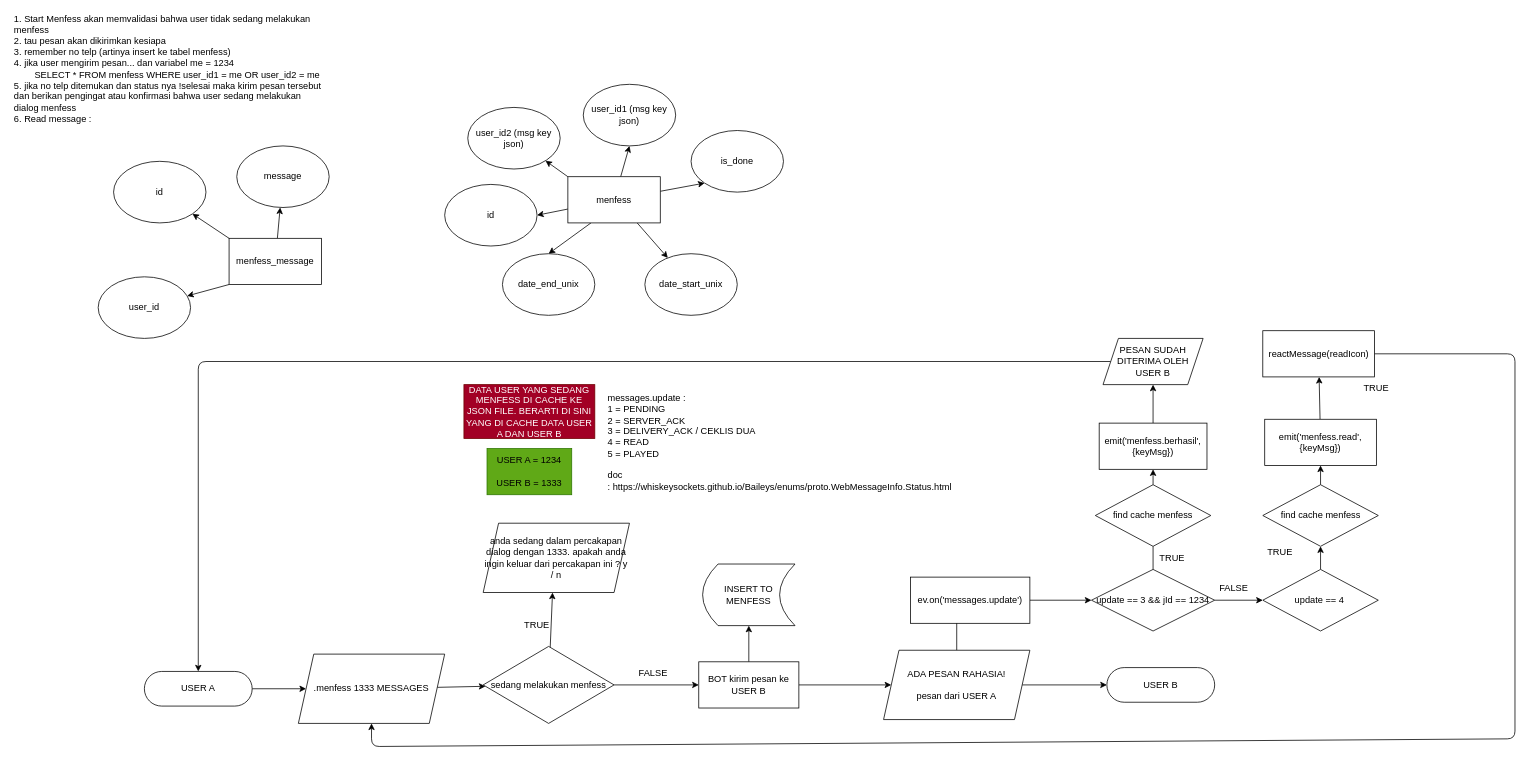
Above: Perancangan/menfess.drawio in rezaawp/wa-bot-bioler-plate (draw.io), before the change. Source tidied: cells renumbered, new cells numbered last; positions are measured from the earlier drawing's top-left corner, leaving out a move shared by most shapes. Both pictures are drawn from the tidied source at 77%, with x=0, y=0 at pixel (13, 15).
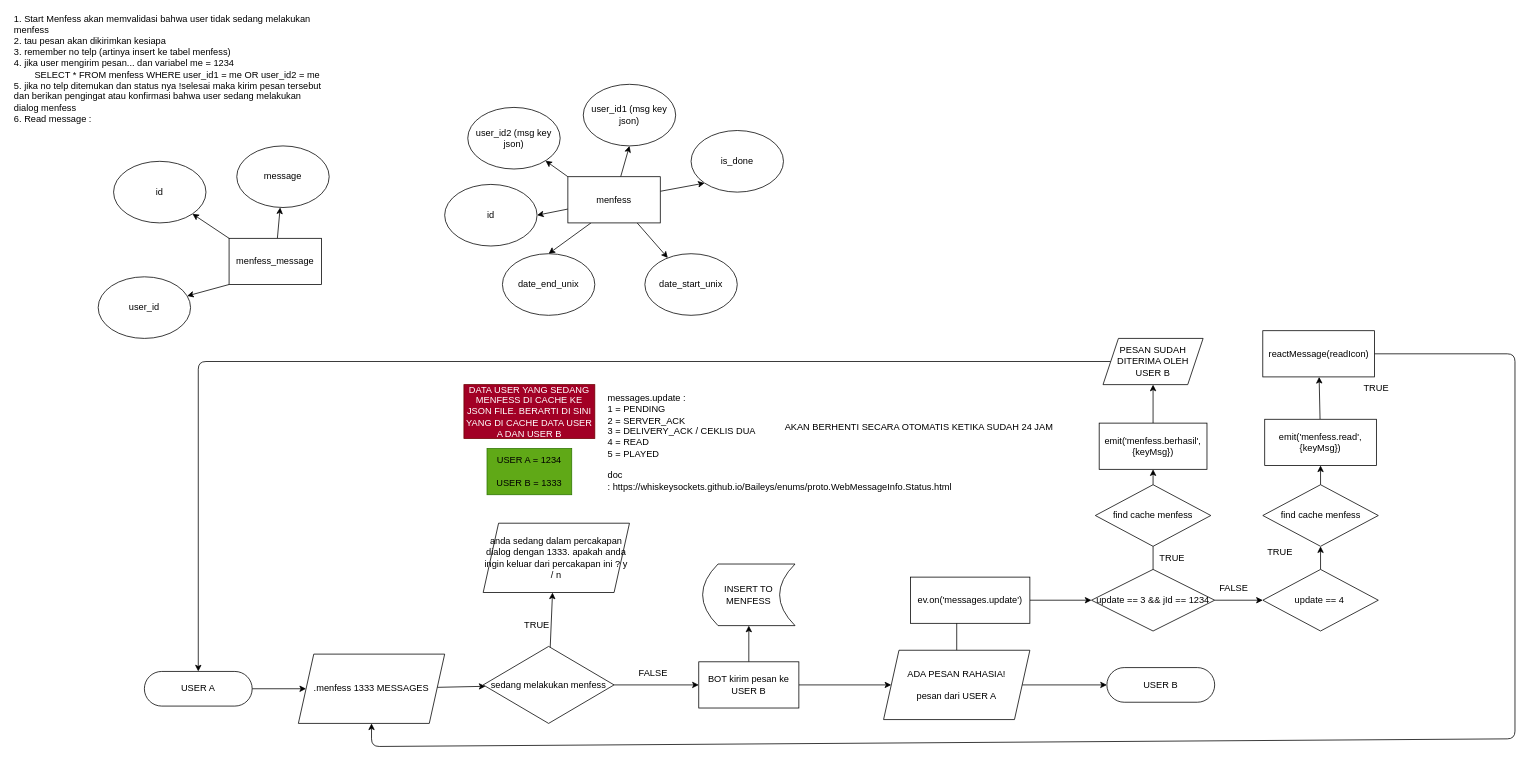
Above is the later version.

Change to the diagram source:
```diff
@@
+    <mxCell id="72" value="AKAN BERHENTI SECARA OTOMATIS KETIKA SUDAH 24 JAM" style="text;html=1;strokeColor=none;fillColor=none;align=left;verticalAlign=middle;whiteSpace=wrap;rounded=0;" parent="1" vertex="1">
+      <mxGeometry x="1000" y="500" width="380" height="70" as="geometry" />
+    </mxCell>
```
